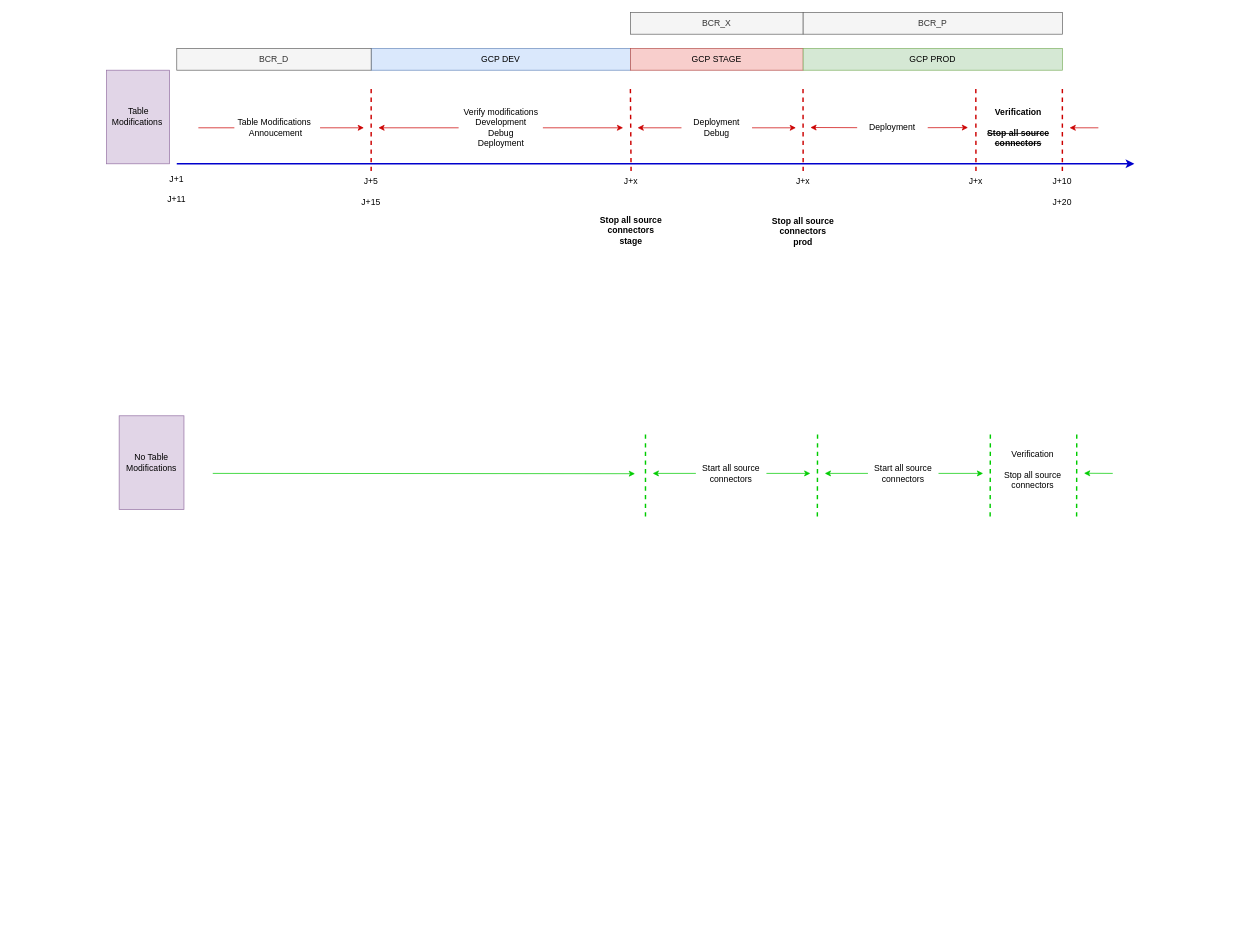
wunyu/drawio keeps this draw.io diagram as kfk_deployment.drawio. Above is the earlier version. Source tidied: cells renumbered, new cells numbered last; positions are measured from the earlier drawing's top-left corner, leaving out a move shared by most shapes. Both pictures are drawn from the tidied source at 72%, with x=0, y=0 at pixel (106, 12).
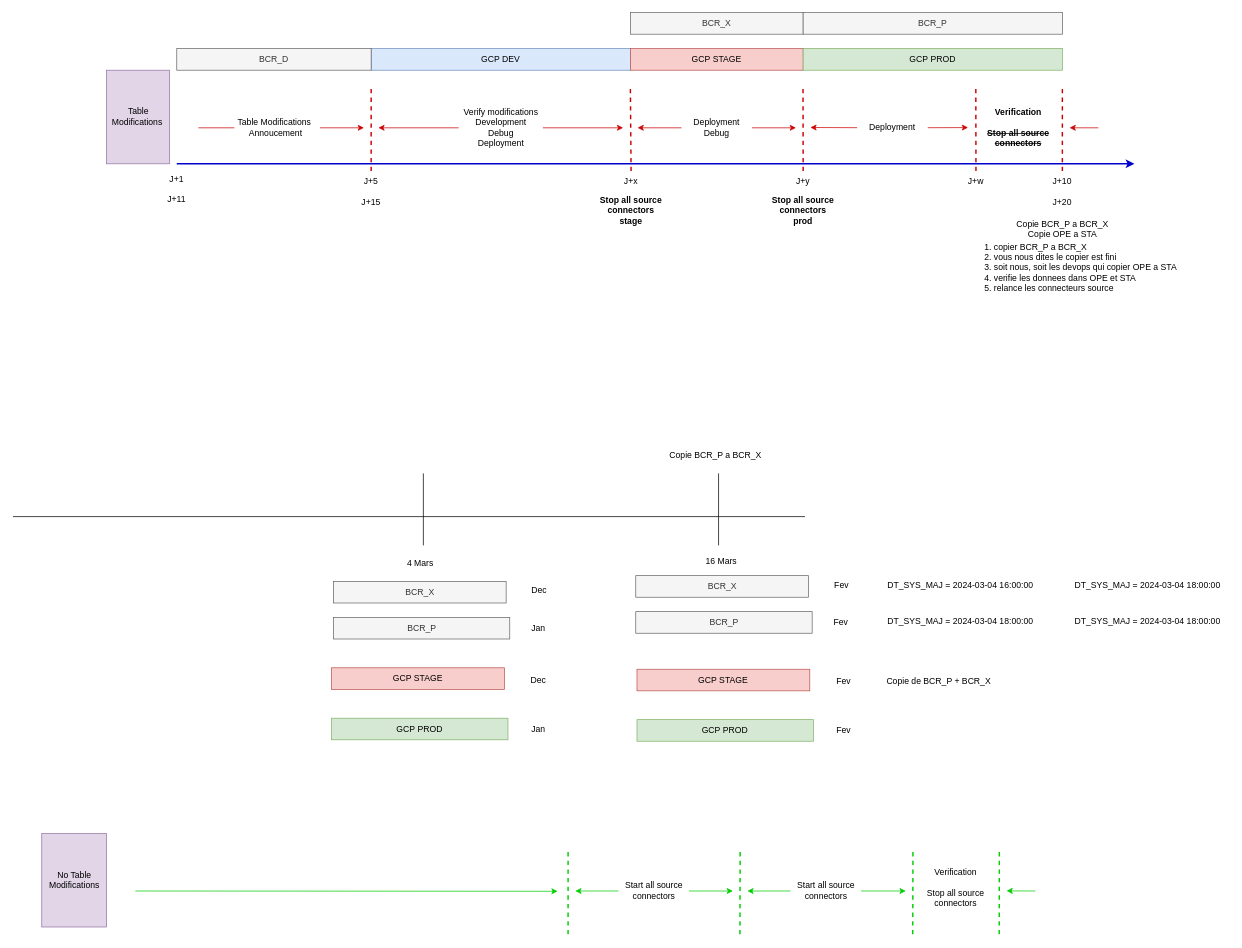
Above is the later version.

Change to the diagram source:
```diff
@@
-    <mxCell id="3" value="J+x" style="text;html=1;align=center;verticalAlign=middle;whiteSpace=wrap;rounded=0;" parent="1" vertex="1">
+    <mxCell id="3" value="J+w" style="text;html=1;align=center;verticalAlign=middle;whiteSpace=wrap;rounded=0;" parent="1" vertex="1">
       <mxGeometry x="1178" y="220" width="60" height="30" as="geometry" />
     </mxCell>
-    <mxCell id="4" value="J+x" style="text;html=1;align=center;verticalAlign=middle;whiteSpace=wrap;rounded=0;" parent="1" vertex="1">
+    <mxCell id="4" value="J+y" style="text;html=1;align=center;verticalAlign=middle;whiteSpace=wrap;rounded=0;" parent="1" vertex="1">
       <mxGeometry x="938" y="220" width="60" height="30" as="geometry" />
     </mxCell>
@@
     <mxCell id="30" style="endArrow=none;dashed=1;html=1;rounded=0;exitX=0.5;exitY=0;exitDx=0;exitDy=0;strokeWidth=2;strokeColor=#00CC00;" parent="1" edge="1">
       <mxGeometry relative="1" as="geometry">
-        <mxPoint x="987.7" y="700" as="sourcePoint" />
-        <mxPoint x="988" y="580" as="targetPoint" />
+        <mxPoint x="880.2" y="1280" as="sourcePoint" />
+        <mxPoint x="880.5" y="1160" as="targetPoint" />
       </mxGeometry>
     </mxCell>
     <mxCell id="31" style="endArrow=none;dashed=1;html=1;rounded=0;exitX=0.5;exitY=0;exitDx=0;exitDy=0;strokeWidth=2;strokeColor=#00CC00;" parent="1" edge="1">
       <mxGeometry relative="1" as="geometry">
-        <mxPoint x="1227.7" y="700" as="sourcePoint" />
-        <mxPoint x="1228" y="580" as="targetPoint" />
+        <mxPoint x="1120.2" y="1280" as="sourcePoint" />
+        <mxPoint x="1120.5" y="1160" as="targetPoint" />
       </mxGeometry>
     </mxCell>
     <mxCell id="32" value="Start all source connectors" style="text;html=1;align=center;verticalAlign=middle;whiteSpace=wrap;rounded=0;" parent="1" vertex="1">
-      <mxGeometry x="1058" y="625" width="98" height="30" as="geometry" />
+      <mxGeometry x="950.5" y="1205" width="98" height="30" as="geometry" />
     </mxCell>
     <mxCell id="33" value="Verification&lt;br&gt;&lt;br&gt;Stop all source connectors" style="text;html=1;align=center;verticalAlign=middle;whiteSpace=wrap;rounded=0;" parent="1" vertex="1">
-      <mxGeometry x="1238" y="620" width="98" height="30" as="geometry" />
+      <mxGeometry x="1130.5" y="1200" width="98" height="30" as="geometry" />
     </mxCell>
     <mxCell id="34" style="endArrow=none;dashed=1;html=1;rounded=0;exitX=0.5;exitY=0;exitDx=0;exitDy=0;strokeWidth=2;strokeColor=#00CC00;" parent="1" edge="1">
       <mxGeometry relative="1" as="geometry">
-        <mxPoint x="1347.8" y="700" as="sourcePoint" />
-        <mxPoint x="1348" y="580" as="targetPoint" />
+        <mxPoint x="1240.3" y="1280" as="sourcePoint" />
+        <mxPoint x="1240.5" y="1160" as="targetPoint" />
       </mxGeometry>
     </mxCell>
     <mxCell id="35" style="endArrow=none;html=1;rounded=0;endFill=0;startArrow=classic;startFill=1;strokeColor=#00CC00;" parent="1" edge="1">
       <mxGeometry relative="1" as="geometry">
-        <mxPoint x="1358" y="639.8" as="sourcePoint" />
-        <mxPoint x="1398" y="640" as="targetPoint" />
+        <mxPoint x="1250.5" y="1219.8" as="sourcePoint" />
+        <mxPoint x="1290.5" y="1220" as="targetPoint" />
       </mxGeometry>
     </mxCell>
     <mxCell id="36" value="No Table Modifications" style="text;html=1;align=center;verticalAlign=middle;whiteSpace=wrap;rounded=0;fillColor=#e1d5e7;strokeColor=#9673a6;" parent="1" vertex="1">
-      <mxGeometry x="18" y="560" width="90" height="130" as="geometry" />
+      <mxGeometry x="-89.5" y="1140" width="90" height="130" as="geometry" />
     </mxCell>
@@
     <mxCell id="38" style="endArrow=none;dashed=1;html=1;rounded=0;strokeWidth=2;strokeColor=#00CC00;" parent="1" edge="1">
       <mxGeometry relative="1" as="geometry">
-        <mxPoint x="749" y="700" as="sourcePoint" />
-        <mxPoint x="749" y="580" as="targetPoint" />
+        <mxPoint x="641.5" y="1280" as="sourcePoint" />
+        <mxPoint x="641.5" y="1160" as="targetPoint" />
       </mxGeometry>
     </mxCell>
     <mxCell id="39" value="Start all source connectors" style="text;html=1;align=center;verticalAlign=middle;whiteSpace=wrap;rounded=0;" parent="1" vertex="1">
-      <mxGeometry x="819" y="625" width="98" height="30" as="geometry" />
+      <mxGeometry x="711.5" y="1205" width="98" height="30" as="geometry" />
     </mxCell>
     <mxCell id="40" style="endArrow=classic;html=1;rounded=0;endFill=1;startArrow=none;startFill=0;endSize=6;strokeColor=#00CC00;" parent="1" edge="1">
       <mxGeometry relative="1" as="geometry">
-        <mxPoint x="148" y="640" as="sourcePoint" />
-        <mxPoint x="734.5" y="640.4" as="targetPoint" />
+        <mxPoint x="40.5" y="1220" as="sourcePoint" />
+        <mxPoint x="627" y="1220.4" as="targetPoint" />
       </mxGeometry>
     </mxCell>
@@
     <mxCell id="42" style="endArrow=none;html=1;rounded=0;endFill=0;startArrow=classic;startFill=1;strokeColor=#00CC00;" parent="1" edge="1" target="39">
       <mxGeometry relative="1" as="geometry">
-        <mxPoint x="759" y="640" as="sourcePoint" />
+        <mxPoint x="651.5" y="1220" as="sourcePoint" />
       </mxGeometry>
     </mxCell>
     <mxCell id="43" style="endArrow=classic;html=1;rounded=0;endFill=1;startArrow=none;startFill=0;endSize=6;strokeColor=#00CC00;" parent="1" edge="1" source="39">
       <mxGeometry relative="1" as="geometry">
-        <mxPoint x="978" y="640" as="targetPoint" />
+        <mxPoint x="870.5" y="1220" as="targetPoint" />
       </mxGeometry>
     </mxCell>
     <mxCell id="44" style="endArrow=classic;html=1;rounded=0;endFill=1;startArrow=none;startFill=0;endSize=6;strokeColor=#00CC00;exitX=1;exitY=0.5;exitDx=0;exitDy=0;" parent="1" edge="1" source="32">
       <mxGeometry relative="1" as="geometry">
-        <mxPoint x="1218" y="640" as="targetPoint" />
+        <mxPoint x="1110.5" y="1220" as="targetPoint" />
       </mxGeometry>
     </mxCell>
     <mxCell id="45" style="endArrow=none;html=1;rounded=0;endFill=0;startArrow=classic;startFill=1;strokeColor=#00CC00;entryX=0;entryY=0.5;entryDx=0;entryDy=0;" parent="1" edge="1" target="32">
       <mxGeometry relative="1" as="geometry">
-        <mxPoint x="998" y="640" as="sourcePoint" />
+        <mxPoint x="890.5" y="1220" as="sourcePoint" />
       </mxGeometry>
     </mxCell>
@@
     <mxCell id="48" value="&lt;b&gt;Stop all source connectors&lt;br&gt;stage&lt;br&gt;&lt;/b&gt;" style="text;html=1;align=center;verticalAlign=middle;whiteSpace=wrap;rounded=0;" parent="1" vertex="1">
-      <mxGeometry x="679.5" y="288" width="98" height="30" as="geometry" />
+      <mxGeometry x="679.5" y="260" width="98" height="30" as="geometry" />
     </mxCell>
     <mxCell id="49" value="&lt;b&gt;Stop all source connectors &lt;br&gt;prod&lt;/b&gt;" style="text;html=1;align=center;verticalAlign=middle;whiteSpace=wrap;rounded=0;" parent="1" vertex="1">
-      <mxGeometry x="918.5" y="289" width="98" height="30" as="geometry" />
+      <mxGeometry x="919" y="260" width="98" height="30" as="geometry" />
     </mxCell>
@@
+    <mxCell id="54" style="endArrow=none;html=1;rounded=0;" parent="1" edge="1">
+      <mxGeometry relative="1" as="geometry">
+        <mxPoint x="-129.5" y="700" as="sourcePoint" />
+        <mxPoint x="970.5" y="700" as="targetPoint" />
+      </mxGeometry>
+    </mxCell>
+    <mxCell id="55" style="endArrow=none;html=1;rounded=0;" parent="1" edge="1">
+      <mxGeometry relative="1" as="geometry">
+        <mxPoint x="440.5" y="740" as="sourcePoint" />
+        <mxPoint x="440.5" y="640" as="targetPoint" />
+      </mxGeometry>
+    </mxCell>
+    <mxCell id="56" value="4 Mars" style="text;html=1;align=center;verticalAlign=middle;strokeColor=none;fillColor=none;" parent="1" vertex="1">
+      <mxGeometry x="405.5" y="750" width="60" height="30" as="geometry" />
+    </mxCell>
+    <mxCell id="57" value="BCR_X" style="text;html=1;align=center;verticalAlign=middle;whiteSpace=wrap;rounded=0;fillColor=#f5f5f5;strokeColor=#666666;fontColor=#333333;" parent="1" vertex="1">
+      <mxGeometry x="315.5" y="790" width="240" height="30" as="geometry" />
+    </mxCell>
+    <mxCell id="58" value="BCR_P" style="text;html=1;align=center;verticalAlign=middle;whiteSpace=wrap;rounded=0;fillColor=#f5f5f5;strokeColor=#666666;fontColor=#333333;" parent="1" vertex="1">
+      <mxGeometry x="315.5" y="840" width="245" height="30" as="geometry" />
+    </mxCell>
+    <mxCell id="59" value="Dec" style="text;html=1;align=center;verticalAlign=middle;strokeColor=none;fillColor=none;" parent="1" vertex="1">
+      <mxGeometry x="580.5" y="788" width="40" height="30" as="geometry" />
+    </mxCell>
+    <mxCell id="60" value="Jan" style="text;html=1;align=center;verticalAlign=middle;strokeColor=none;fillColor=none;" parent="1" vertex="1">
+      <mxGeometry x="579.5" y="840" width="40" height="30" as="geometry" />
+    </mxCell>
+    <mxCell id="61" style="endArrow=none;html=1;rounded=0;" parent="1" edge="1">
+      <mxGeometry relative="1" as="geometry">
+        <mxPoint x="850.5" y="740" as="sourcePoint" />
+        <mxPoint x="850.5" y="640" as="targetPoint" />
+      </mxGeometry>
+    </mxCell>
+    <mxCell id="62" value="16 Mars" style="text;html=1;align=center;verticalAlign=middle;strokeColor=none;fillColor=none;" parent="1" vertex="1">
+      <mxGeometry x="818.5" y="747" width="70" height="30" as="geometry" />
+    </mxCell>
+    <mxCell id="63" value="Copie BCR_P a BCR_X" style="text;html=1;align=center;verticalAlign=middle;strokeColor=none;fillColor=none;" parent="1" vertex="1">
+      <mxGeometry x="770.5" y="600" width="150" height="30" as="geometry" />
+    </mxCell>
+    <mxCell id="64" value="BCR_X" style="text;html=1;align=center;verticalAlign=middle;whiteSpace=wrap;rounded=0;fillColor=#f5f5f5;strokeColor=#666666;fontColor=#333333;" parent="1" vertex="1">
+      <mxGeometry x="735.5" y="782" width="240" height="30" as="geometry" />
+    </mxCell>
+    <mxCell id="65" value="BCR_P" style="text;html=1;align=center;verticalAlign=middle;whiteSpace=wrap;rounded=0;fillColor=#f5f5f5;strokeColor=#666666;fontColor=#333333;" parent="1" vertex="1">
+      <mxGeometry x="735.5" y="832" width="245" height="30" as="geometry" />
+    </mxCell>
+    <mxCell id="66" value="Fev" style="text;html=1;align=center;verticalAlign=middle;strokeColor=none;fillColor=none;" parent="1" vertex="1">
+      <mxGeometry x="1000.5" y="780" width="40" height="30" as="geometry" />
+    </mxCell>
+    <mxCell id="67" value="Fev" style="text;html=1;align=center;verticalAlign=middle;strokeColor=none;fillColor=none;" parent="1" vertex="1">
+      <mxGeometry x="999.5" y="832" width="40" height="30" as="geometry" />
+    </mxCell>
+    <mxCell id="68" value="GCP&amp;nbsp;STAGE" style="text;html=1;align=center;verticalAlign=middle;whiteSpace=wrap;rounded=0;fillColor=#f8cecc;strokeColor=#b85450;" parent="1" vertex="1">
+      <mxGeometry x="313" y="910" width="240" height="30" as="geometry" />
+    </mxCell>
+    <mxCell id="69" value="GCP&amp;nbsp;PROD" style="text;html=1;align=center;verticalAlign=middle;whiteSpace=wrap;rounded=0;fillColor=#d5e8d4;strokeColor=#82b366;" parent="1" vertex="1">
+      <mxGeometry x="313" y="980" width="245" height="30" as="geometry" />
+    </mxCell>
+    <mxCell id="70" value="Jan" style="text;html=1;align=center;verticalAlign=middle;strokeColor=none;fillColor=none;" parent="1" vertex="1">
+      <mxGeometry x="579.5" y="980" width="40" height="30" as="geometry" />
+    </mxCell>
+    <mxCell id="71" value="Dec" style="text;html=1;align=center;verticalAlign=middle;strokeColor=none;fillColor=none;" parent="1" vertex="1">
+      <mxGeometry x="579.5" y="912" width="40" height="30" as="geometry" />
+    </mxCell>
+    <mxCell id="72" value="DT_SYS_MAJ = 2024-03-04 16:00:00" style="text;html=1;align=center;verticalAlign=middle;strokeColor=none;fillColor=none;" parent="1" vertex="1">
+      <mxGeometry x="1070.5" y="780" width="230" height="30" as="geometry" />
+    </mxCell>
+    <mxCell id="73" value="DT_SYS_MAJ = 2024-03-04 18:00:00" style="text;html=1;align=center;verticalAlign=middle;strokeColor=none;fillColor=none;" parent="1" vertex="1">
+      <mxGeometry x="1070.5" y="830" width="230" height="30" as="geometry" />
+    </mxCell>
+    <mxCell id="74" value="DT_SYS_MAJ = 2024-03-04 18:00:00" style="text;html=1;align=center;verticalAlign=middle;strokeColor=none;fillColor=none;" parent="1" vertex="1">
+      <mxGeometry x="1330.5" y="780" width="230" height="30" as="geometry" />
+    </mxCell>
+    <mxCell id="75" value="DT_SYS_MAJ = 2024-03-04 18:00:00" style="text;html=1;align=center;verticalAlign=middle;strokeColor=none;fillColor=none;" parent="1" vertex="1">
+      <mxGeometry x="1330.5" y="830" width="230" height="30" as="geometry" />
+    </mxCell>
+    <mxCell id="76" value="GCP&amp;nbsp;STAGE" style="text;html=1;align=center;verticalAlign=middle;whiteSpace=wrap;rounded=0;fillColor=#f8cecc;strokeColor=#b85450;" parent="1" vertex="1">
+      <mxGeometry x="737.2" y="912" width="240" height="30" as="geometry" />
+    </mxCell>
+    <mxCell id="77" value="GCP&amp;nbsp;PROD" style="text;html=1;align=center;verticalAlign=middle;whiteSpace=wrap;rounded=0;fillColor=#d5e8d4;strokeColor=#82b366;" parent="1" vertex="1">
+      <mxGeometry x="737.2" y="982" width="245" height="30" as="geometry" />
+    </mxCell>
+    <mxCell id="78" value="Fev" style="text;html=1;align=center;verticalAlign=middle;strokeColor=none;fillColor=none;" parent="1" vertex="1">
+      <mxGeometry x="1003.8" y="982" width="40" height="30" as="geometry" />
+    </mxCell>
+    <mxCell id="79" value="Fev" style="text;html=1;align=center;verticalAlign=middle;strokeColor=none;fillColor=none;" parent="1" vertex="1">
+      <mxGeometry x="1003.8" y="914" width="40" height="30" as="geometry" />
+    </mxCell>
+    <mxCell id="80" value="Copie de BCR_P + BCR_X" style="text;html=1;align=center;verticalAlign=middle;strokeColor=none;fillColor=none;" parent="1" vertex="1">
+      <mxGeometry x="1070.5" y="914" width="170" height="30" as="geometry" />
+    </mxCell>
+    <mxCell id="81" value="Copie BCR_P a BCR_X" style="text;html=1;align=center;verticalAlign=middle;strokeColor=none;fillColor=none;" parent="1" vertex="1">
+      <mxGeometry x="1253" y="279" width="150" height="30" as="geometry" />
+    </mxCell>
+    <mxCell id="82" value="Copie OPE a STA" style="text;html=1;align=center;verticalAlign=middle;strokeColor=none;fillColor=none;" parent="1" vertex="1">
+      <mxGeometry x="1268" y="293" width="120" height="30" as="geometry" />
+    </mxCell>
+    <mxCell id="83" value="1. copier BCR_P a BCR_X&lt;div&gt;2. vous nous dites le copier est fini&lt;/div&gt;&lt;div&gt;3. soit nous, soit les devops qui copier OPE a STA&lt;/div&gt;&lt;div&gt;4. verifie les donnees dans OPE et STA&lt;/div&gt;&lt;div&gt;5. relance les connecteurs source&lt;/div&gt;" style="text;html=1;align=left;verticalAlign=middle;strokeColor=none;fillColor=none;" parent="1" vertex="1">
+      <mxGeometry x="1218" y="309" width="290" height="90" as="geometry" />
+    </mxCell>
```
